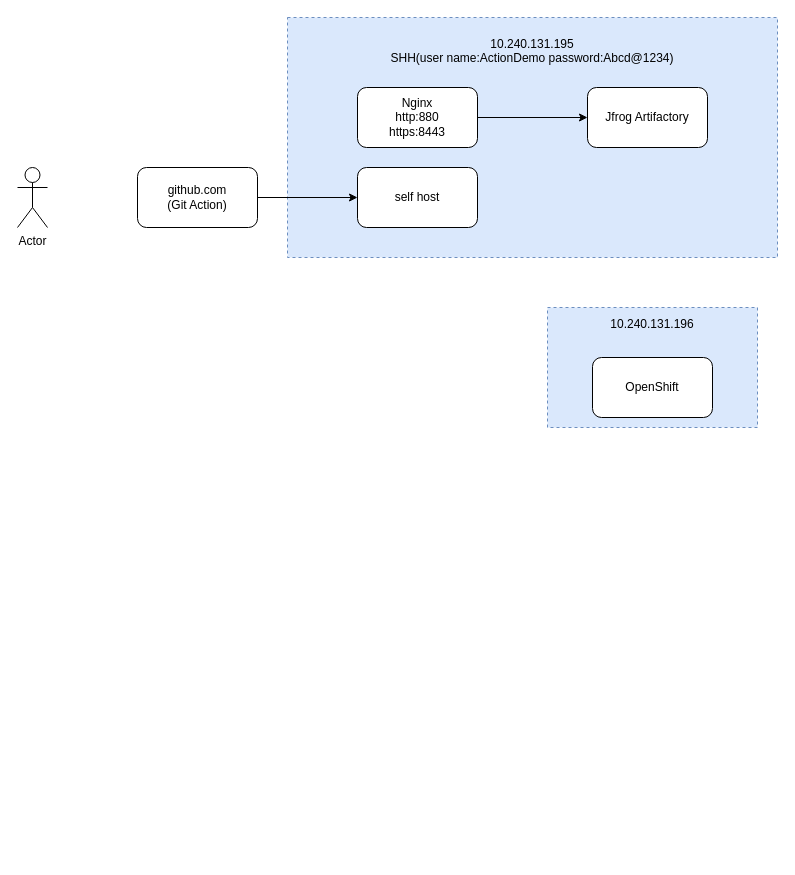
Above: Untitled Diagram.drawio in ceczh/diagrams (draw.io), before the change. Source tidied: cells renumbered, new cells numbered last; positions are measured from the earlier drawing's top-left corner, leaving out a move shared by most shapes. Both pictures are drawn from the tidied source at 100%, with x=0, y=0 at pixel (17, 17).
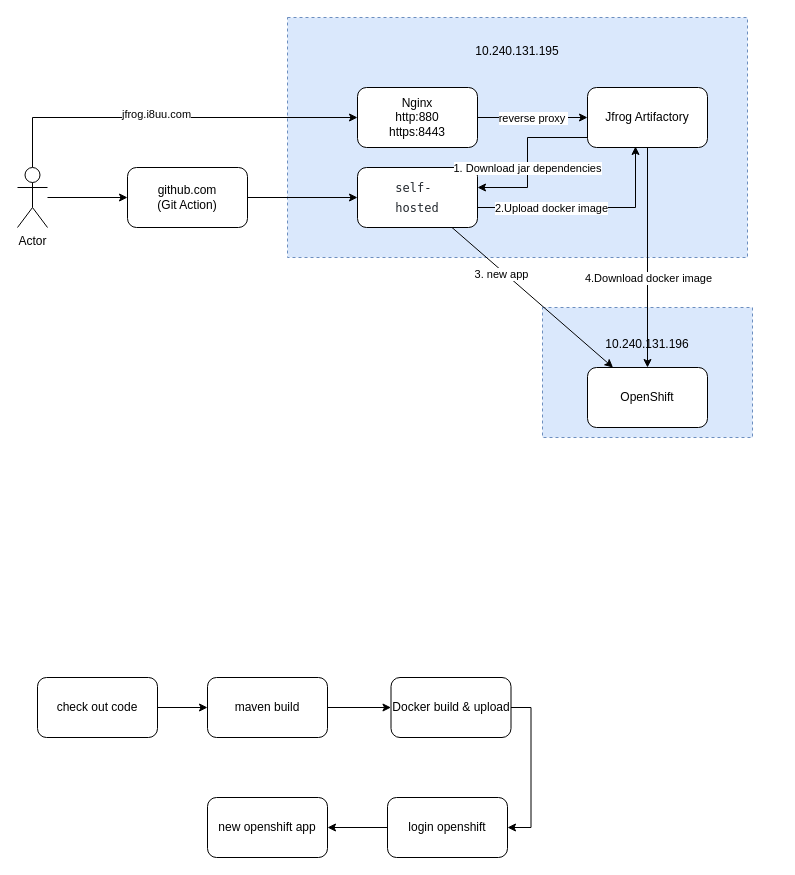
The same diagram, later.

Unchanged cells that the change refers to:
```xml
<mxCell id="5" value="Actor" style="shape=umlActor;verticalLabelPosition=bottom;verticalAlign=top;html=1;outlineConnect=0;" parent="1" vertex="1">
  <mxGeometry y="150" width="30" height="60" as="geometry" />
</mxCell>
<mxCell id="8" value="Jfrog Artifactory" style="rounded=1;whiteSpace=wrap;html=1;" parent="1" vertex="1">
  <mxGeometry x="570" y="70" width="120" height="60" as="geometry" />
</mxCell>
<mxCell id="10" style="edgeStyle=orthogonalEdgeStyle;rounded=0;jettySize=auto;html=1;" parent="1" edge="1" source="11" target="8">
  <mxGeometry relative="1" as="geometry" />
</mxCell>
<mxCell id="11" value="Nginx&lt;br&gt;http:880&lt;br&gt;https:8443" style="rounded=1;whiteSpace=wrap;html=1;" parent="1" vertex="1">
  <mxGeometry x="340" y="70" width="120" height="60" as="geometry" />
</mxCell>
```

Change to the diagram source:
```diff
@@
-    <mxCell id="2" value="10.240.131.196&lt;br&gt;&lt;br&gt;&lt;br&gt;&lt;br&gt;&lt;br&gt;&lt;br&gt;&lt;br&gt;" style="rounded=0;whiteSpace=wrap;html=1;dashed=1;fillColor=#dae8fc;strokeColor=#6c8ebf;" parent="1" vertex="1">
-      <mxGeometry x="530" y="290" width="210" height="120" as="geometry" />
+    <mxCell id="2" value="10.240.131.196&lt;br&gt;&lt;br&gt;&lt;br&gt;&lt;br&gt;&lt;br&gt;" style="rounded=0;whiteSpace=wrap;html=1;dashed=1;fillColor=#dae8fc;strokeColor=#6c8ebf;" parent="1" vertex="1">
+      <mxGeometry x="525" y="290" width="210" height="130" as="geometry" />
     </mxCell>
-    <mxCell id="3" value="10.240.131.195&lt;br&gt;SHH(user name:ActionDemo password:Abcd@1234)&lt;br&gt;&lt;br&gt;&lt;br&gt;&lt;br&gt;&lt;br&gt;&lt;br&gt;&lt;br&gt;&lt;br&gt;&lt;br&gt;&lt;br&gt;&lt;br&gt;&lt;br&gt;&lt;br&gt;" style="rounded=0;whiteSpace=wrap;html=1;dashed=1;fillColor=#dae8fc;strokeColor=#6c8ebf;" parent="1" vertex="1">
-      <mxGeometry x="270" width="490" height="240" as="geometry" />
+    <mxCell id="3" value="10.240.131.195&lt;br&gt;&lt;br&gt;&lt;br&gt;&lt;br&gt;&lt;br&gt;&lt;br&gt;&lt;br&gt;&lt;br&gt;&lt;br&gt;&lt;br&gt;&lt;br&gt;&lt;br&gt;&lt;br&gt;" style="rounded=0;whiteSpace=wrap;html=1;dashed=1;fillColor=#dae8fc;strokeColor=#6c8ebf;" parent="1" vertex="1">
+      <mxGeometry x="270" width="460" height="240" as="geometry" />
     </mxCell>
+    <mxCell id="12" style="edgeStyle=orthogonalEdgeStyle;rounded=0;jettySize=auto;html=1;entryX=0.4;entryY=0.983;entryDx=0;entryDy=0;entryPerimeter=0;" parent="1" edge="1" source="4" target="8">
+      <mxGeometry relative="1" as="geometry">
+        <Array as="points">
+          <mxPoint x="618" y="190" />
+        </Array>
+      </mxGeometry>
+    </mxCell>
+    <mxCell id="13" value="2.Upload docker image" style="edgeLabel;html=1;align=center;verticalAlign=middle;" parent="12" vertex="1">
+      <mxGeometry x="-0.51" y="-2" relative="1" as="geometry">
+        <mxPoint x="19" y="-2" as="offset" />
+      </mxGeometry>
+    </mxCell>
-    <mxCell id="4" value="self host" style="rounded=1;whiteSpace=wrap;html=1;" parent="1" vertex="1">
+    <mxCell id="4" value="&lt;table style=&quot;border-spacing: 0px; border-collapse: collapse; tab-size: 8; color: rgb(36, 41, 47); font-family: -apple-system, BlinkMacSystemFont, &amp;quot;Segoe UI&amp;quot;, Helvetica, Arial, sans-serif, &amp;quot;Apple Color Emoji&amp;quot;, &amp;quot;Segoe UI Emoji&amp;quot;; font-size: 14px; text-align: start; background-color: rgb(255, 255, 255);&quot; class=&quot;highlight tab-size js-file-line-container js-code-nav-container js-tagsearch-file&quot;&gt;&lt;tbody style=&quot;box-sizing: border-box;&quot;&gt;&lt;tr style=&quot;box-sizing: border-box;&quot;&gt;&lt;/tr&gt;&lt;tr style=&quot;box-sizing: border-box; background-color: transparent;&quot;&gt;&lt;td style=&quot;box-sizing: border-box; padding: 0px 10px; position: relative; line-height: 20px; vertical-align: top; overflow: visible; font-family: ui-monospace, SFMono-Regular, &amp;quot;SF Mono&amp;quot;, Menlo, Consolas, &amp;quot;Liberation Mono&amp;quot;, monospace; font-size: 12px; color: var(--color-fg-default); overflow-wrap: normal;&quot; class=&quot;blob-code blob-code-inner js-file-line&quot; id=&quot;LC12&quot;&gt;&lt;span style=&quot;box-sizing: border-box; color: var(--color-prettylights-syntax-string);&quot; class=&quot;pl-s&quot;&gt;self-hosted&lt;/span&gt;&lt;/td&gt;&lt;/tr&gt;&lt;tr style=&quot;box-sizing: border-box;&quot;&gt;&lt;td style=&quot;box-sizing: border-box; padding: 0px 10px; position: relative; width: 50px; min-width: 50px; font-family: ui-monospace, SFMono-Regular, &amp;quot;SF Mono&amp;quot;, Menlo, Consolas, &amp;quot;Liberation Mono&amp;quot;, monospace; font-size: 12px; line-height: 20px; color: var(--color-fg-subtle); text-align: right; vertical-align: top; cursor: pointer; user-select: none;&quot; class=&quot;blob-num js-line-number js-code-nav-line-number js-blob-rnum&quot; id=&quot;L13&quot;&gt;&lt;/td&gt;&lt;/tr&gt;&lt;/tbody&gt;&lt;/table&gt;" style="rounded=1;whiteSpace=wrap;html=1;" parent="1" vertex="1">
       <mxGeometry x="340" y="150" width="120" height="60" as="geometry" />
     </mxCell>
+    <mxCell id="14" style="edgeStyle=orthogonalEdgeStyle;rounded=0;jettySize=auto;html=1;" parent="1" edge="1" source="5" target="7">
+      <mxGeometry relative="1" as="geometry" />
+    </mxCell>
+    <mxCell id="15" style="edgeStyle=orthogonalEdgeStyle;rounded=0;jettySize=auto;html=1;entryX=0;entryY=0.5;entryDx=0;entryDy=0;" parent="1" edge="1" source="5" target="11">
+      <mxGeometry relative="1" as="geometry">
+        <Array as="points">
+          <mxPoint x="15" y="100" />
+        </Array>
+      </mxGeometry>
+    </mxCell>
+    <mxCell id="16" value="jfrog.i8uu.com" style="edgeLabel;html=1;align=center;verticalAlign=middle;" parent="15" vertex="1">
+      <mxGeometry x="-0.08" y="4" relative="1" as="geometry" />
+    </mxCell>
@@
     <mxCell id="7" value="github.com&lt;br&gt;(Git Action)" style="rounded=1;whiteSpace=wrap;html=1;" parent="1" vertex="1">
-      <mxGeometry x="120" y="150" width="120" height="60" as="geometry" />
+      <mxGeometry x="110" y="150" width="120" height="60" as="geometry" />
     </mxCell>
+    <mxCell id="17" style="edgeStyle=orthogonalEdgeStyle;rounded=0;jettySize=auto;html=1;" parent="1" edge="1" source="8" target="4">
+      <mxGeometry relative="1" as="geometry">
+        <Array as="points">
+          <mxPoint x="510" y="120" />
+          <mxPoint x="510" y="170" />
+        </Array>
+      </mxGeometry>
+    </mxCell>
+    <mxCell id="18" value="1. Download jar dependencies" style="edgeLabel;html=1;align=center;verticalAlign=middle;" parent="17" vertex="1">
+      <mxGeometry x="0.35" y="-1" relative="1" as="geometry">
+        <mxPoint y="-18" as="offset" />
+      </mxGeometry>
+    </mxCell>
@@
     <mxCell id="9" value="OpenShift" style="rounded=1;whiteSpace=wrap;html=1;" parent="1" vertex="1">
-      <mxGeometry x="575" y="340" width="120" height="60" as="geometry" />
+      <mxGeometry x="570" y="350" width="120" height="60" as="geometry" />
     </mxCell>
@@
+    <mxCell id="19" value="reverse proxy&amp;nbsp;" style="edgeLabel;html=1;align=center;verticalAlign=middle;" parent="10" vertex="1">
+      <mxGeometry x="-0.22" y="1" relative="1" as="geometry">
+        <mxPoint x="12" y="1" as="offset" />
+      </mxGeometry>
+    </mxCell>
@@
+    <mxCell id="20" style="endArrow=classic;html=1;rounded=0;" parent="1" edge="1" source="4" target="9">
+      <mxGeometry relative="1" as="geometry" />
+    </mxCell>
+    <mxCell id="21" value="3. new app" style="edgeLabel;html=1;align=center;verticalAlign=middle;" parent="20" vertex="1">
+      <mxGeometry x="-0.36" y="-3" relative="1" as="geometry" />
+    </mxCell>
+    <mxCell id="22" style="endArrow=classic;html=1;rounded=0;exitX=0.5;exitY=1;exitDx=0;exitDy=0;" parent="1" edge="1" source="8" target="9">
+      <mxGeometry relative="1" as="geometry" />
+    </mxCell>
+    <mxCell id="23" value="4.Download docker image" style="edgeLabel;html=1;align=center;verticalAlign=middle;" parent="22" vertex="1">
+      <mxGeometry x="-0.24" relative="1" as="geometry">
+        <mxPoint y="46" as="offset" />
+      </mxGeometry>
+    </mxCell>
+    <mxCell id="24" style="edgeStyle=orthogonalEdgeStyle;rounded=0;jettySize=auto;html=1;" parent="1" edge="1" source="25" target="27">
+      <mxGeometry relative="1" as="geometry" />
+    </mxCell>
+    <mxCell id="25" value="check out code" style="rounded=1;whiteSpace=wrap;html=1;" parent="1" vertex="1">
+      <mxGeometry x="20" y="660" width="120" height="60" as="geometry" />
+    </mxCell>
+    <mxCell id="26" style="edgeStyle=orthogonalEdgeStyle;rounded=0;jettySize=auto;html=1;entryX=0;entryY=0.5;entryDx=0;entryDy=0;" parent="1" edge="1" source="27" target="29">
+      <mxGeometry relative="1" as="geometry" />
+    </mxCell>
+    <mxCell id="27" value="maven build" style="rounded=1;whiteSpace=wrap;html=1;" parent="1" vertex="1">
+      <mxGeometry x="190" y="660" width="120" height="60" as="geometry" />
+    </mxCell>
+    <mxCell id="28" style="edgeStyle=orthogonalEdgeStyle;rounded=0;jettySize=auto;html=1;entryX=1;entryY=0.5;entryDx=0;entryDy=0;exitX=1;exitY=0.5;exitDx=0;exitDy=0;" parent="1" edge="1" source="29" target="31">
+      <mxGeometry relative="1" as="geometry" />
+    </mxCell>
+    <mxCell id="29" value="Docker build &amp;amp; upload" style="rounded=1;whiteSpace=wrap;html=1;" parent="1" vertex="1">
+      <mxGeometry x="373.5" y="660" width="120" height="60" as="geometry" />
+    </mxCell>
+    <mxCell id="30" style="edgeStyle=orthogonalEdgeStyle;rounded=0;jettySize=auto;html=1;" parent="1" edge="1" source="31" target="32">
+      <mxGeometry relative="1" as="geometry" />
+    </mxCell>
+    <mxCell id="31" value="login openshift" style="rounded=1;whiteSpace=wrap;html=1;" parent="1" vertex="1">
+      <mxGeometry x="370" y="780" width="120" height="60" as="geometry" />
+    </mxCell>
+    <mxCell id="32" value="new openshift app" style="rounded=1;whiteSpace=wrap;html=1;" parent="1" vertex="1">
+      <mxGeometry x="190" y="780" width="120" height="60" as="geometry" />
+    </mxCell>
```
